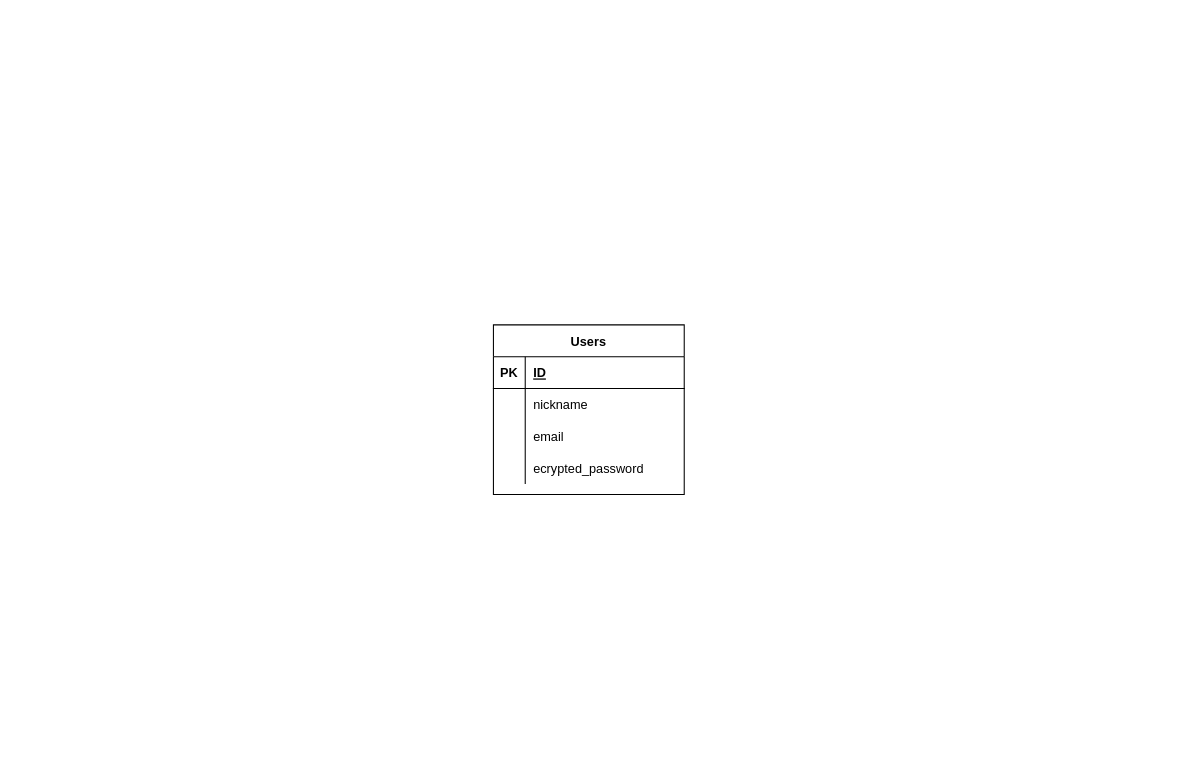
yoheioda0127/fieldwork_recorder keeps this draw.io diagram as ER.dio. Above is the earlier version. Source tidied: cells renumbered, new cells numbered last; positions are measured from the earlier drawing's top-left corner, leaving out a move shared by most shapes. Both pictures are drawn from the tidied source at 106%, with x=0, y=0 at pixel (493, 324).
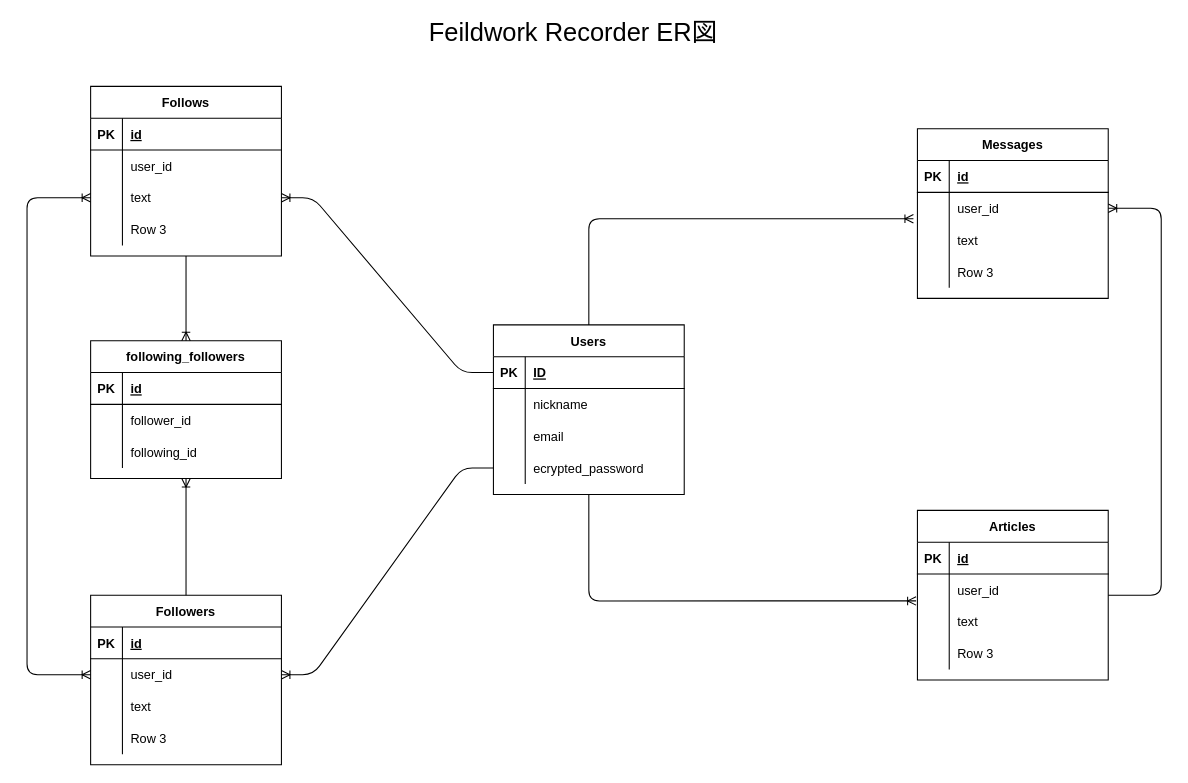
Above is the later version.

The change refers to these unchanged cells:
```xml
<mxCell id="2" value="Users" style="shape=table;startSize=30;childLayout=tableLayout;rowLines=0;fontStyle=1;align=center;" parent="1" vertex="1">
  <mxGeometry width="180" height="160" as="geometry" />
</mxCell>
<mxCell id="3" style="shape=partialRectangle;fillColor=none;top=0;left=0;bottom=1;right=0;points=[[0,0.5],[1,0.5]];portConstraint=eastwest;" parent="2" vertex="1">
  <mxGeometry y="30" width="180" height="30" as="geometry" />
</mxCell>
<mxCell id="12" style="shape=partialRectangle;fillColor=none;top=0;left=0;bottom=0;right=0;points=[[0,0.5],[1,0.5]];portConstraint=eastwest;" parent="2" vertex="1">
  <mxGeometry y="120" width="180" height="30" as="geometry" />
</mxCell>
```

What changed in the source:
```diff
@@
+    <mxCell id="15" value="Messages" style="shape=table;startSize=30;childLayout=tableLayout;rowLines=0;fontStyle=1;align=center;" parent="1" vertex="1">
+      <mxGeometry x="400" y="-185" width="180" height="160" as="geometry" />
+    </mxCell>
+    <mxCell id="16" style="shape=partialRectangle;fillColor=none;top=0;left=0;bottom=1;right=0;" parent="15" vertex="1">
+      <mxGeometry y="30" width="180" height="30" as="geometry" />
+    </mxCell>
+    <mxCell id="17" value="PK" style="shape=partialRectangle;fillColor=none;top=0;left=0;bottom=0;right=0;fontStyle=1;overflow=hidden;" parent="16" vertex="1">
+      <mxGeometry width="30" height="30" as="geometry" />
+    </mxCell>
+    <mxCell id="18" value="id" style="shape=partialRectangle;fillColor=none;top=0;left=0;bottom=0;right=0;align=left;spacingLeft=6;fontStyle=5;overflow=hidden;" parent="16" vertex="1">
+      <mxGeometry x="30" width="150" height="30" as="geometry" />
+    </mxCell>
+    <mxCell id="19" style="shape=partialRectangle;fillColor=none;top=0;left=0;bottom=0;right=0;points=[[0,0.5],[1,0.5]];portConstraint=eastwest;" parent="15" vertex="1">
+      <mxGeometry y="60" width="180" height="30" as="geometry" />
+    </mxCell>
+    <mxCell id="20" style="shape=partialRectangle;fillColor=none;top=0;left=0;bottom=0;right=0;overflow=hidden;" parent="19" vertex="1">
+      <mxGeometry width="30" height="30" as="geometry" />
+    </mxCell>
+    <mxCell id="21" value="user_id" style="shape=partialRectangle;fillColor=none;top=0;left=0;bottom=0;right=0;align=left;spacingLeft=6;overflow=hidden;" parent="19" vertex="1">
+      <mxGeometry x="30" width="150" height="30" as="geometry" />
+    </mxCell>
+    <mxCell id="22" style="shape=partialRectangle;fillColor=none;top=0;left=0;bottom=0;right=0;points=[[0,0.5],[1,0.5]];portConstraint=eastwest;" parent="15" vertex="1">
+      <mxGeometry y="90" width="180" height="30" as="geometry" />
+    </mxCell>
+    <mxCell id="23" style="shape=partialRectangle;fillColor=none;top=0;left=0;bottom=0;right=0;overflow=hidden;" parent="22" vertex="1">
+      <mxGeometry width="30" height="30" as="geometry" />
+    </mxCell>
+    <mxCell id="24" value="text" style="shape=partialRectangle;fillColor=none;top=0;left=0;bottom=0;right=0;align=left;spacingLeft=6;overflow=hidden;" parent="22" vertex="1">
+      <mxGeometry x="30" width="150" height="30" as="geometry" />
+    </mxCell>
+    <mxCell id="25" style="shape=partialRectangle;fillColor=none;top=0;left=0;bottom=0;right=0;" parent="15" vertex="1">
+      <mxGeometry y="120" width="180" height="30" as="geometry" />
+    </mxCell>
+    <mxCell id="26" style="shape=partialRectangle;fillColor=none;top=0;left=0;bottom=0;right=0;overflow=hidden;" parent="25" vertex="1">
+      <mxGeometry width="30" height="30" as="geometry" />
+    </mxCell>
+    <mxCell id="27" value="Row 3" style="shape=partialRectangle;fillColor=none;top=0;left=0;bottom=0;right=0;align=left;spacingLeft=6;overflow=hidden;" parent="25" vertex="1">
+      <mxGeometry x="30" width="150" height="30" as="geometry" />
+    </mxCell>
+    <mxCell id="28" value="following_followers" style="shape=table;startSize=30;childLayout=tableLayout;rowLines=0;fontStyle=1;align=center;" parent="1" vertex="1">
+      <mxGeometry x="-380" y="15" width="180" height="130" as="geometry" />
+    </mxCell>
+    <mxCell id="29" style="shape=partialRectangle;fillColor=none;top=0;left=0;bottom=1;right=0;" parent="28" vertex="1">
+      <mxGeometry y="30" width="180" height="30" as="geometry" />
+    </mxCell>
+    <mxCell id="30" value="PK" style="shape=partialRectangle;fillColor=none;top=0;left=0;bottom=0;right=0;fontStyle=1;overflow=hidden;" parent="29" vertex="1">
+      <mxGeometry width="30" height="30" as="geometry" />
+    </mxCell>
+    <mxCell id="31" value="id" style="shape=partialRectangle;fillColor=none;top=0;left=0;bottom=0;right=0;align=left;spacingLeft=6;fontStyle=5;overflow=hidden;" parent="29" vertex="1">
+      <mxGeometry x="30" width="150" height="30" as="geometry" />
+    </mxCell>
+    <mxCell id="32" style="shape=partialRectangle;fillColor=none;top=0;left=0;bottom=0;right=0;" parent="28" vertex="1">
+      <mxGeometry y="60" width="180" height="30" as="geometry" />
+    </mxCell>
+    <mxCell id="33" style="shape=partialRectangle;fillColor=none;top=0;left=0;bottom=0;right=0;overflow=hidden;" parent="32" vertex="1">
+      <mxGeometry width="30" height="30" as="geometry" />
+    </mxCell>
+    <mxCell id="34" value="follower_id" style="shape=partialRectangle;fillColor=none;top=0;left=0;bottom=0;right=0;align=left;spacingLeft=6;overflow=hidden;" parent="32" vertex="1">
+      <mxGeometry x="30" width="150" height="30" as="geometry" />
+    </mxCell>
+    <mxCell id="35" style="shape=partialRectangle;fillColor=none;top=0;left=0;bottom=0;right=0;" parent="28" vertex="1">
+      <mxGeometry y="90" width="180" height="30" as="geometry" />
+    </mxCell>
+    <mxCell id="36" style="shape=partialRectangle;fillColor=none;top=0;left=0;bottom=0;right=0;overflow=hidden;" parent="35" vertex="1">
+      <mxGeometry width="30" height="30" as="geometry" />
+    </mxCell>
+    <mxCell id="37" value="following_id" style="shape=partialRectangle;fillColor=none;top=0;left=0;bottom=0;right=0;align=left;spacingLeft=6;overflow=hidden;" parent="35" vertex="1">
+      <mxGeometry x="30" width="150" height="30" as="geometry" />
+    </mxCell>
+    <mxCell id="38" value="Articles" style="shape=table;startSize=30;childLayout=tableLayout;rowLines=0;fontStyle=1;align=center;" parent="1" vertex="1">
+      <mxGeometry x="400" y="175" width="180" height="160" as="geometry" />
+    </mxCell>
+    <mxCell id="39" style="shape=partialRectangle;fillColor=none;top=0;left=0;bottom=1;right=0;" parent="38" vertex="1">
+      <mxGeometry y="30" width="180" height="30" as="geometry" />
+    </mxCell>
+    <mxCell id="40" value="PK" style="shape=partialRectangle;fillColor=none;top=0;left=0;bottom=0;right=0;fontStyle=1;overflow=hidden;" parent="39" vertex="1">
+      <mxGeometry width="30" height="30" as="geometry" />
+    </mxCell>
+    <mxCell id="41" value="id" style="shape=partialRectangle;fillColor=none;top=0;left=0;bottom=0;right=0;align=left;spacingLeft=6;fontStyle=5;overflow=hidden;" parent="39" vertex="1">
+      <mxGeometry x="30" width="150" height="30" as="geometry" />
+    </mxCell>
+    <mxCell id="42" style="shape=partialRectangle;fillColor=none;top=0;left=0;bottom=0;right=0;points=[[0,0.5],[1,0.5]];portConstraint=eastwest;" parent="38" vertex="1">
+      <mxGeometry y="60" width="180" height="30" as="geometry" />
+    </mxCell>
+    <mxCell id="43" style="shape=partialRectangle;fillColor=none;top=0;left=0;bottom=0;right=0;overflow=hidden;" parent="42" vertex="1">
+      <mxGeometry width="30" height="30" as="geometry" />
+    </mxCell>
+    <mxCell id="44" value="user_id" style="shape=partialRectangle;fillColor=none;top=0;left=0;bottom=0;right=0;align=left;spacingLeft=6;overflow=hidden;" parent="42" vertex="1">
+      <mxGeometry x="30" width="150" height="30" as="geometry" />
+    </mxCell>
+    <mxCell id="45" style="shape=partialRectangle;fillColor=none;top=0;left=0;bottom=0;right=0;" parent="38" vertex="1">
+      <mxGeometry y="90" width="180" height="30" as="geometry" />
+    </mxCell>
+    <mxCell id="46" style="shape=partialRectangle;fillColor=none;top=0;left=0;bottom=0;right=0;overflow=hidden;" parent="45" vertex="1">
+      <mxGeometry width="30" height="30" as="geometry" />
+    </mxCell>
+    <mxCell id="47" value="text" style="shape=partialRectangle;fillColor=none;top=0;left=0;bottom=0;right=0;align=left;spacingLeft=6;overflow=hidden;" parent="45" vertex="1">
+      <mxGeometry x="30" width="150" height="30" as="geometry" />
+    </mxCell>
+    <mxCell id="48" style="shape=partialRectangle;fillColor=none;top=0;left=0;bottom=0;right=0;" parent="38" vertex="1">
+      <mxGeometry y="120" width="180" height="30" as="geometry" />
+    </mxCell>
+    <mxCell id="49" style="shape=partialRectangle;fillColor=none;top=0;left=0;bottom=0;right=0;overflow=hidden;" parent="48" vertex="1">
+      <mxGeometry width="30" height="30" as="geometry" />
+    </mxCell>
+    <mxCell id="50" value="Row 3" style="shape=partialRectangle;fillColor=none;top=0;left=0;bottom=0;right=0;align=left;spacingLeft=6;overflow=hidden;" parent="48" vertex="1">
+      <mxGeometry x="30" width="150" height="30" as="geometry" />
+    </mxCell>
+    <mxCell id="51" value="Follows" style="shape=table;startSize=30;childLayout=tableLayout;rowLines=0;fontStyle=1;align=center;" parent="1" vertex="1">
+      <mxGeometry x="-380" y="-225" width="180" height="160" as="geometry" />
+    </mxCell>
+    <mxCell id="52" style="shape=partialRectangle;fillColor=none;top=0;left=0;bottom=1;right=0;" parent="51" vertex="1">
+      <mxGeometry y="30" width="180" height="30" as="geometry" />
+    </mxCell>
+    <mxCell id="53" value="PK" style="shape=partialRectangle;fillColor=none;top=0;left=0;bottom=0;right=0;fontStyle=1;overflow=hidden;" parent="52" vertex="1">
+      <mxGeometry width="30" height="30" as="geometry" />
+    </mxCell>
+    <mxCell id="54" value="id" style="shape=partialRectangle;fillColor=none;top=0;left=0;bottom=0;right=0;align=left;spacingLeft=6;fontStyle=5;overflow=hidden;" parent="52" vertex="1">
+      <mxGeometry x="30" width="150" height="30" as="geometry" />
+    </mxCell>
+    <mxCell id="55" style="shape=partialRectangle;fillColor=none;top=0;left=0;bottom=0;right=0;" parent="51" vertex="1">
+      <mxGeometry y="60" width="180" height="30" as="geometry" />
+    </mxCell>
+    <mxCell id="56" style="shape=partialRectangle;fillColor=none;top=0;left=0;bottom=0;right=0;overflow=hidden;" parent="55" vertex="1">
+      <mxGeometry width="30" height="30" as="geometry" />
+    </mxCell>
+    <mxCell id="57" value="user_id" style="shape=partialRectangle;fillColor=none;top=0;left=0;bottom=0;right=0;align=left;spacingLeft=6;overflow=hidden;" parent="55" vertex="1">
+      <mxGeometry x="30" width="150" height="30" as="geometry" />
+    </mxCell>
+    <mxCell id="58" style="shape=partialRectangle;fillColor=none;top=0;left=0;bottom=0;right=0;points=[[0,0.5],[1,0.5]];portConstraint=eastwest;" parent="51" vertex="1">
+      <mxGeometry y="90" width="180" height="30" as="geometry" />
+    </mxCell>
+    <mxCell id="59" style="shape=partialRectangle;fillColor=none;top=0;left=0;bottom=0;right=0;overflow=hidden;" parent="58" vertex="1">
+      <mxGeometry width="30" height="30" as="geometry" />
+    </mxCell>
+    <mxCell id="60" value="text" style="shape=partialRectangle;fillColor=none;top=0;left=0;bottom=0;right=0;align=left;spacingLeft=6;overflow=hidden;" parent="58" vertex="1">
+      <mxGeometry x="30" width="150" height="30" as="geometry" />
+    </mxCell>
+    <mxCell id="61" style="shape=partialRectangle;fillColor=none;top=0;left=0;bottom=0;right=0;" parent="51" vertex="1">
+      <mxGeometry y="120" width="180" height="30" as="geometry" />
+    </mxCell>
+    <mxCell id="62" style="shape=partialRectangle;fillColor=none;top=0;left=0;bottom=0;right=0;overflow=hidden;" parent="61" vertex="1">
+      <mxGeometry width="30" height="30" as="geometry" />
+    </mxCell>
+    <mxCell id="63" value="Row 3" style="shape=partialRectangle;fillColor=none;top=0;left=0;bottom=0;right=0;align=left;spacingLeft=6;overflow=hidden;" parent="61" vertex="1">
+      <mxGeometry x="30" width="150" height="30" as="geometry" />
+    </mxCell>
+    <mxCell id="64" value="Followers" style="shape=table;startSize=30;childLayout=tableLayout;rowLines=0;fontStyle=1;align=center;" parent="1" vertex="1">
+      <mxGeometry x="-380" y="255" width="180" height="160" as="geometry" />
+    </mxCell>
+    <mxCell id="65" style="shape=partialRectangle;fillColor=none;top=0;left=0;bottom=1;right=0;" parent="64" vertex="1">
+      <mxGeometry y="30" width="180" height="30" as="geometry" />
+    </mxCell>
+    <mxCell id="66" value="PK" style="shape=partialRectangle;fillColor=none;top=0;left=0;bottom=0;right=0;fontStyle=1;overflow=hidden;" parent="65" vertex="1">
+      <mxGeometry width="30" height="30" as="geometry" />
+    </mxCell>
+    <mxCell id="67" value="id" style="shape=partialRectangle;fillColor=none;top=0;left=0;bottom=0;right=0;align=left;spacingLeft=6;fontStyle=5;overflow=hidden;" parent="65" vertex="1">
+      <mxGeometry x="30" width="150" height="30" as="geometry" />
+    </mxCell>
+    <mxCell id="68" style="shape=partialRectangle;fillColor=none;top=0;left=0;bottom=0;right=0;points=[[0,0.5],[1,0.5]];portConstraint=eastwest;" parent="64" vertex="1">
+      <mxGeometry y="60" width="180" height="30" as="geometry" />
+    </mxCell>
+    <mxCell id="69" style="shape=partialRectangle;fillColor=none;top=0;left=0;bottom=0;right=0;overflow=hidden;" parent="68" vertex="1">
+      <mxGeometry width="30" height="30" as="geometry" />
+    </mxCell>
+    <mxCell id="70" value="user_id" style="shape=partialRectangle;fillColor=none;top=0;left=0;bottom=0;right=0;align=left;spacingLeft=6;overflow=hidden;" parent="68" vertex="1">
+      <mxGeometry x="30" width="150" height="30" as="geometry" />
+    </mxCell>
+    <mxCell id="71" style="shape=partialRectangle;fillColor=none;top=0;left=0;bottom=0;right=0;" parent="64" vertex="1">
+      <mxGeometry y="90" width="180" height="30" as="geometry" />
+    </mxCell>
+    <mxCell id="72" style="shape=partialRectangle;fillColor=none;top=0;left=0;bottom=0;right=0;overflow=hidden;" parent="71" vertex="1">
+      <mxGeometry width="30" height="30" as="geometry" />
+    </mxCell>
+    <mxCell id="73" value="text" style="shape=partialRectangle;fillColor=none;top=0;left=0;bottom=0;right=0;align=left;spacingLeft=6;overflow=hidden;" parent="71" vertex="1">
+      <mxGeometry x="30" width="150" height="30" as="geometry" />
+    </mxCell>
+    <mxCell id="74" style="shape=partialRectangle;fillColor=none;top=0;left=0;bottom=0;right=0;" parent="64" vertex="1">
+      <mxGeometry y="120" width="180" height="30" as="geometry" />
+    </mxCell>
+    <mxCell id="75" style="shape=partialRectangle;fillColor=none;top=0;left=0;bottom=0;right=0;overflow=hidden;" parent="74" vertex="1">
+      <mxGeometry width="30" height="30" as="geometry" />
+    </mxCell>
+    <mxCell id="76" value="Row 3" style="shape=partialRectangle;fillColor=none;top=0;left=0;bottom=0;right=0;align=left;spacingLeft=6;overflow=hidden;" parent="74" vertex="1">
+      <mxGeometry x="30" width="150" height="30" as="geometry" />
+    </mxCell>
+    <mxCell id="77" style="edgeStyle=orthogonalEdgeStyle;fontSize=12;html=1;endArrow=ERoneToMany;entryX=-0.021;entryY=-0.173;entryDx=0;entryDy=0;entryPerimeter=0;exitX=0.5;exitY=0;exitDx=0;exitDy=0;" parent="1" edge="1" source="2" target="22">
+      <mxGeometry relative="1" as="geometry" />
+    </mxCell>
+    <mxCell id="78" style="edgeStyle=orthogonalEdgeStyle;fontSize=12;html=1;endArrow=ERoneToMany;exitX=1;exitY=0.5;exitDx=0;exitDy=0;entryX=1;entryY=0.5;entryDx=0;entryDy=0;" parent="1" edge="1" source="38" target="19">
+      <mxGeometry relative="1" as="geometry">
+        <Array as="points">
+          <mxPoint x="630" y="255" />
+          <mxPoint x="630" y="-110" />
+        </Array>
+      </mxGeometry>
+    </mxCell>
+    <mxCell id="79" style="edgeStyle=orthogonalEdgeStyle;fontSize=12;html=1;endArrow=ERoneToMany;startArrow=ERoneToMany;entryX=0;entryY=0.5;entryDx=0;entryDy=0;exitX=0;exitY=0.5;exitDx=0;exitDy=0;" parent="1" edge="1" source="68" target="58">
+      <mxGeometry relative="1" as="geometry">
+        <Array as="points">
+          <mxPoint x="-440" y="330" />
+          <mxPoint x="-440" y="-120" />
+        </Array>
+      </mxGeometry>
+    </mxCell>
+    <mxCell id="80" style="edgeStyle=orthogonalEdgeStyle;fontSize=12;html=1;endArrow=ERoneToMany;entryX=-0.007;entryY=0.846;entryDx=0;entryDy=0;entryPerimeter=0;exitX=0.5;exitY=1;exitDx=0;exitDy=0;" parent="1" edge="1" source="2" target="42">
+      <mxGeometry relative="1" as="geometry" />
+    </mxCell>
+    <mxCell id="81" style="fontSize=12;html=1;endArrow=ERoneToMany;entryX=0.5;entryY=0;entryDx=0;entryDy=0;exitX=0.5;exitY=1;exitDx=0;exitDy=0;" parent="1" edge="1" source="51" target="28">
+      <mxGeometry relative="1" as="geometry" />
+    </mxCell>
+    <mxCell id="82" style="fontSize=12;html=1;endArrow=ERoneToMany;exitX=0.5;exitY=0;exitDx=0;exitDy=0;" parent="1" edge="1" source="64">
+      <mxGeometry relative="1" as="geometry">
+        <mxPoint x="-290" y="145" as="targetPoint" />
+      </mxGeometry>
+    </mxCell>
+    <mxCell id="83" style="edgeStyle=entityRelationEdgeStyle;fontSize=12;html=1;endArrow=ERoneToMany;entryX=1;entryY=0.5;entryDx=0;entryDy=0;exitX=0;exitY=0.5;exitDx=0;exitDy=0;" parent="1" edge="1" source="12" target="68">
+      <mxGeometry relative="1" as="geometry" />
+    </mxCell>
+    <mxCell id="84" style="edgeStyle=entityRelationEdgeStyle;fontSize=12;html=1;endArrow=ERoneToMany;entryX=1;entryY=0.5;entryDx=0;entryDy=0;exitX=0;exitY=0.5;exitDx=0;exitDy=0;" parent="1" edge="1" source="3" target="58">
+      <mxGeometry relative="1" as="geometry" />
+    </mxCell>
+    <mxCell id="85" value="&lt;font style=&quot;font-size: 24px&quot;&gt;Feildwork Recorder ER図&lt;/font&gt;" style="text;html=1;align=center;verticalAlign=middle;" parent="1" vertex="1">
+      <mxGeometry x="-70" y="-285" width="290" height="20" as="geometry" />
+    </mxCell>
```
